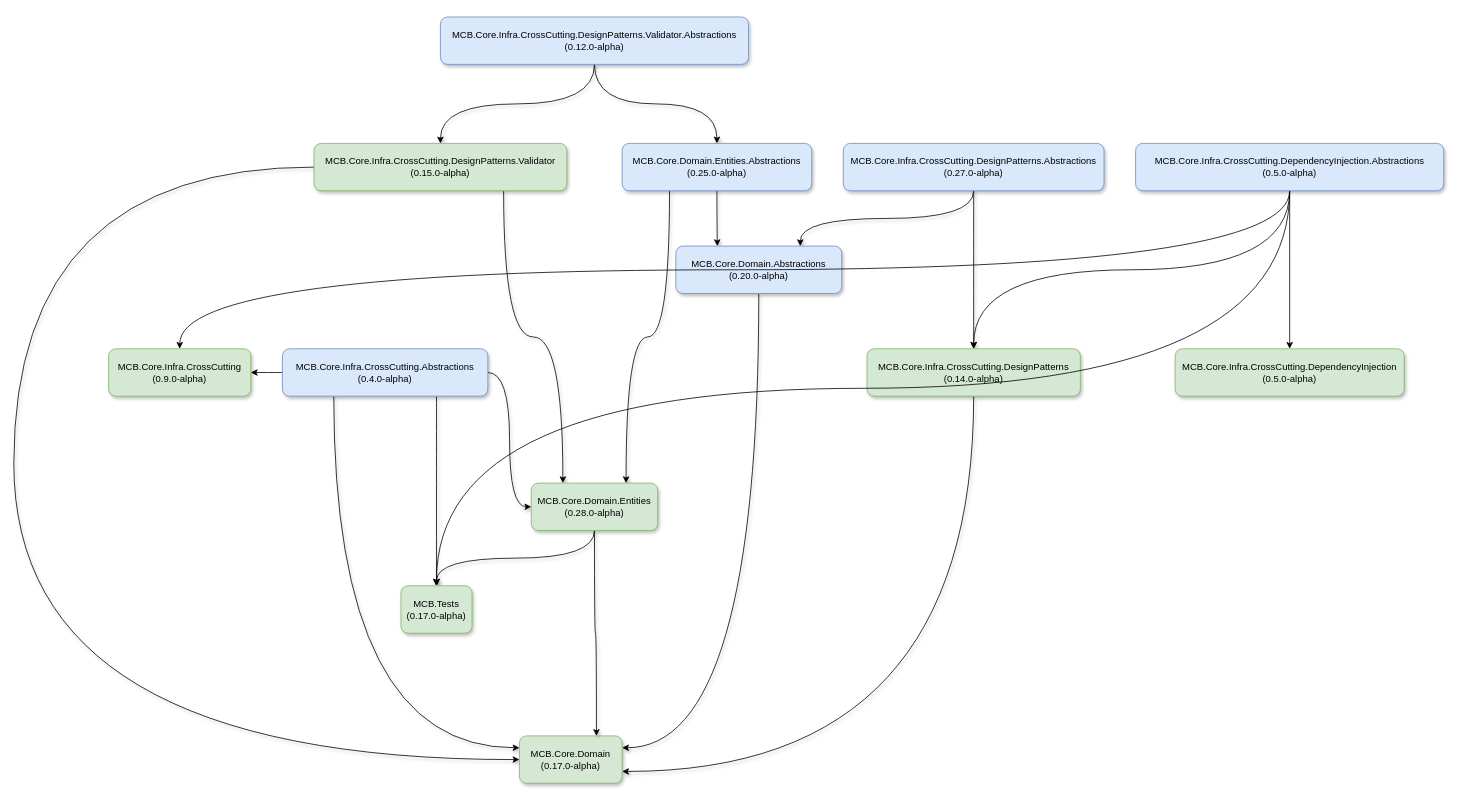
This is Core/diagrams/core-overview.drawio from MarceloCas/Docs, a draw.io file, before an edit. Source tidied: cells renumbered, new cells numbered last; positions are measured from the earlier drawing's top-left corner, leaving out a move shared by most shapes. Both pictures are drawn from the tidied source at 79%, with x=0, y=0 at pixel (13, 17).
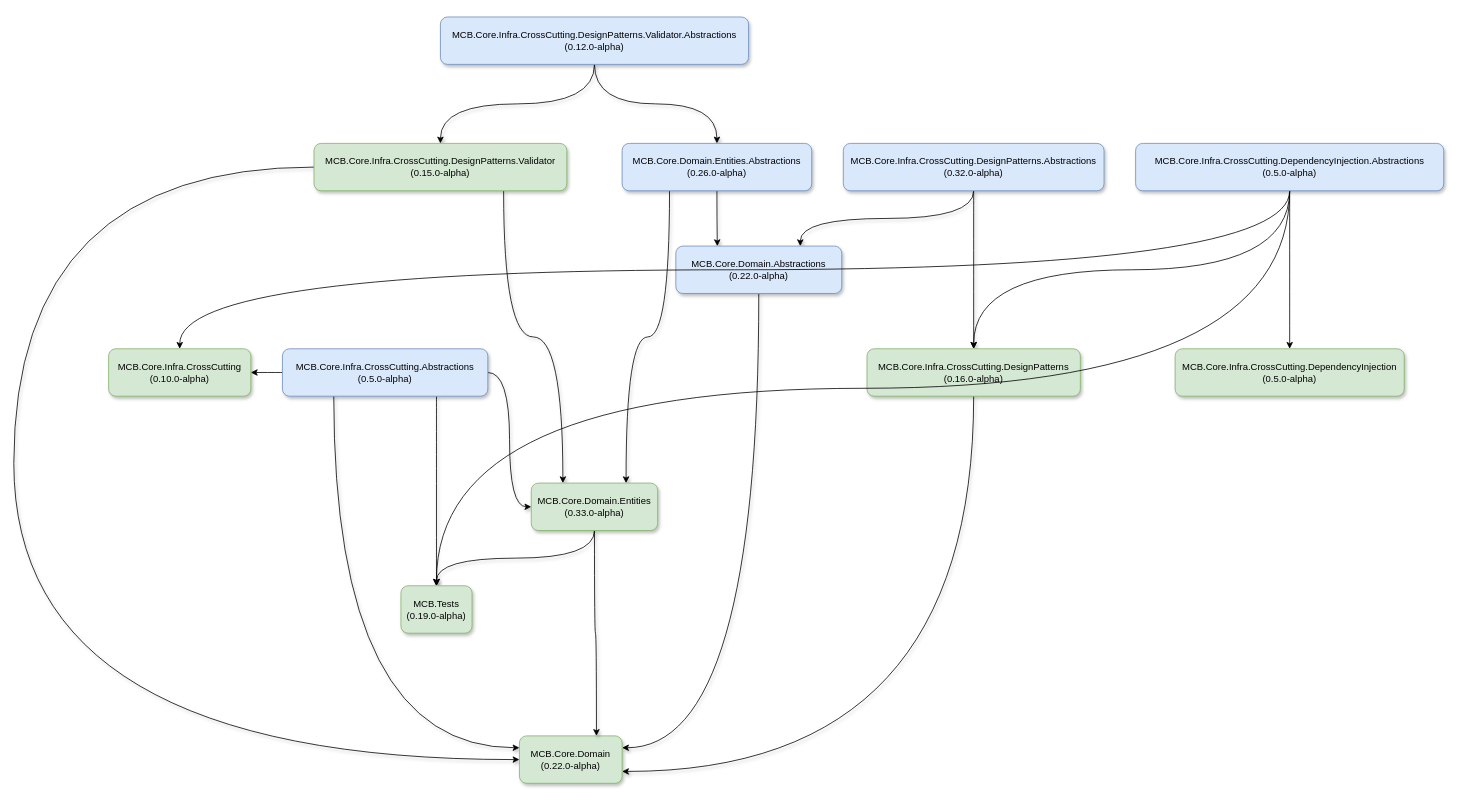
The same diagram, later.

Diff of the diagram source:
```diff
@@
-    <mxCell id="6" value="MCB.Core.Infra.CrossCutting.Abstractions&lt;br&gt;(0.4.0-alpha)" style="rounded=1;whiteSpace=wrap;html=1;shadow=1;fillColor=#dae8fc;strokeColor=#6c8ebf;" parent="1" vertex="1">
+    <mxCell id="6" value="MCB.Core.Infra.CrossCutting.Abstractions&lt;br&gt;(0.5.0-alpha)" style="rounded=1;whiteSpace=wrap;html=1;shadow=1;fillColor=#dae8fc;strokeColor=#6c8ebf;" parent="1" vertex="1">
       <mxGeometry x="340" y="420" width="260" height="60" as="geometry" />
     </mxCell>
@@
-    <mxCell id="9" value="MCB.Core.Infra.CrossCutting.DesignPatterns.Abstractions&lt;br&gt;(0.27.0-alpha)" style="rounded=1;whiteSpace=wrap;html=1;shadow=1;fillColor=#dae8fc;strokeColor=#6c8ebf;" parent="1" vertex="1">
+    <mxCell id="9" value="MCB.Core.Infra.CrossCutting.DesignPatterns.Abstractions&lt;br&gt;(0.32.0-alpha)" style="rounded=1;whiteSpace=wrap;html=1;shadow=1;fillColor=#dae8fc;strokeColor=#6c8ebf;" parent="1" vertex="1">
       <mxGeometry x="1050" y="160" width="330" height="60" as="geometry" />
     </mxCell>
@@
-    <mxCell id="11" value="MCB.Core.Infra.CrossCutting.DesignPatterns&lt;br&gt;(0.14.0-alpha)" style="rounded=1;whiteSpace=wrap;html=1;shadow=1;fillColor=#d5e8d4;strokeColor=#82b366;" parent="1" vertex="1">
+    <mxCell id="11" value="MCB.Core.Infra.CrossCutting.DesignPatterns&lt;br&gt;(0.16.0-alpha)" style="rounded=1;whiteSpace=wrap;html=1;shadow=1;fillColor=#d5e8d4;strokeColor=#82b366;" parent="1" vertex="1">
       <mxGeometry x="1080" y="420" width="270" height="60" as="geometry" />
     </mxCell>
@@
-    <mxCell id="20" value="MCB.Core.Domain.Entities.Abstractions&lt;br&gt;(0.25.0-alpha)" style="rounded=1;whiteSpace=wrap;html=1;shadow=1;fillColor=#dae8fc;strokeColor=#6c8ebf;" parent="1" vertex="1">
+    <mxCell id="20" value="MCB.Core.Domain.Entities.Abstractions&lt;br&gt;(0.26.0-alpha)" style="rounded=1;whiteSpace=wrap;html=1;shadow=1;fillColor=#dae8fc;strokeColor=#6c8ebf;" parent="1" vertex="1">
       <mxGeometry x="770" y="160" width="240" height="60" as="geometry" />
     </mxCell>
@@
-    <mxCell id="22" value="MCB.Core.Domain.Abstractions&lt;br&gt;(0.20.0-alpha)" style="rounded=1;whiteSpace=wrap;html=1;shadow=1;fillColor=#dae8fc;strokeColor=#6c8ebf;" parent="1" vertex="1">
+    <mxCell id="22" value="MCB.Core.Domain.Abstractions&lt;br&gt;(0.22.0-alpha)" style="rounded=1;whiteSpace=wrap;html=1;shadow=1;fillColor=#dae8fc;strokeColor=#6c8ebf;" parent="1" vertex="1">
       <mxGeometry x="838" y="290" width="210" height="60" as="geometry" />
     </mxCell>
-    <mxCell id="23" value="MCB.Core.Domain&lt;br&gt;(0.17.0-alpha)" style="rounded=1;whiteSpace=wrap;html=1;shadow=1;fillColor=#d5e8d4;strokeColor=#82b366;" parent="1" vertex="1">
+    <mxCell id="23" value="MCB.Core.Domain&lt;br&gt;(0.22.0-alpha)" style="rounded=1;whiteSpace=wrap;html=1;shadow=1;fillColor=#d5e8d4;strokeColor=#82b366;" parent="1" vertex="1">
       <mxGeometry x="640" y="910" width="130" height="60" as="geometry" />
     </mxCell>
@@
-    <mxCell id="26" value="MCB.Core.Domain.Entities&lt;br&gt;(0.28.0-alpha)" style="rounded=1;whiteSpace=wrap;html=1;shadow=1;fillColor=#d5e8d4;strokeColor=#82b366;" parent="1" vertex="1">
+    <mxCell id="26" value="MCB.Core.Domain.Entities&lt;br&gt;(0.33.0-alpha)" style="rounded=1;whiteSpace=wrap;html=1;shadow=1;fillColor=#d5e8d4;strokeColor=#82b366;" parent="1" vertex="1">
       <mxGeometry x="655" y="590" width="160" height="60" as="geometry" />
     </mxCell>
-    <mxCell id="27" value="MCB.Tests&lt;br&gt;(0.17.0-alpha)" style="rounded=1;whiteSpace=wrap;html=1;shadow=1;fillColor=#d5e8d4;strokeColor=#82b366;" parent="1" vertex="1">
+    <mxCell id="27" value="MCB.Tests&lt;br&gt;(0.19.0-alpha)" style="rounded=1;whiteSpace=wrap;html=1;shadow=1;fillColor=#d5e8d4;strokeColor=#82b366;" parent="1" vertex="1">
       <mxGeometry x="490" y="720" width="90" height="60" as="geometry" />
     </mxCell>
@@
-    <mxCell id="34" value="MCB.Core.Infra.CrossCutting&lt;br&gt;(0.9.0-alpha)" style="rounded=1;whiteSpace=wrap;html=1;shadow=1;fillColor=#d5e8d4;strokeColor=#82b366;" parent="1" vertex="1">
+    <mxCell id="34" value="MCB.Core.Infra.CrossCutting&lt;br&gt;(0.10.0-alpha)" style="rounded=1;whiteSpace=wrap;html=1;shadow=1;fillColor=#d5e8d4;strokeColor=#82b366;" parent="1" vertex="1">
       <mxGeometry x="120" y="420" width="180" height="60" as="geometry" />
     </mxCell>
```
